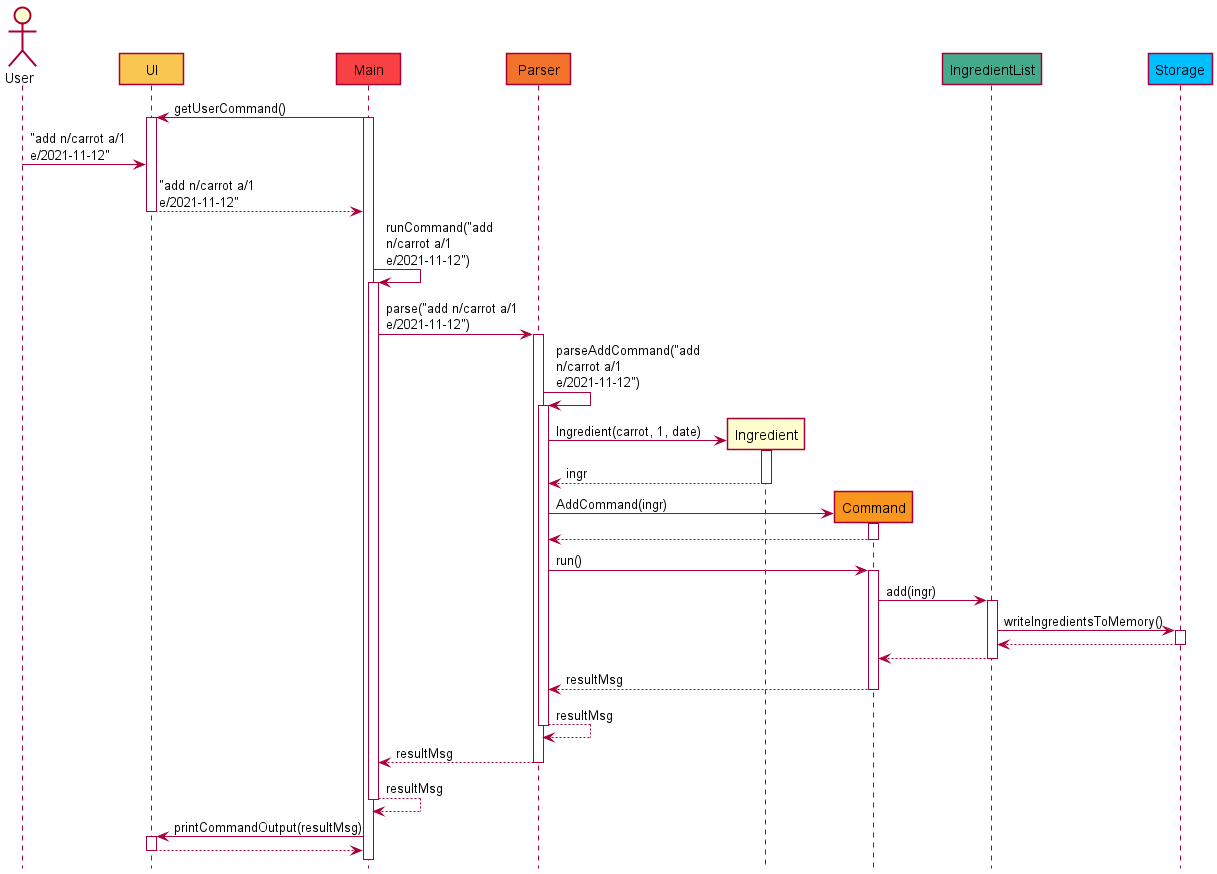
The PlantUML diagram docs/images/InteractionSeqDiagram.png in nus-cs2113-AY2122S1/tp, before a commit. Source of this version:
```plantuml
@startuml
!include style.puml

skinparam maxMessageSize 150
actor User as U
participant UI UI_COLOUR
participant Main as M MAIN_COLOUR
participant Parser as P PARSER_COLOUR
participant Ingredient as I
participant Command as C COMMAND_COLOUR
participant IngredientList as IL INGREDIENTLIST_COLOUR
participant Storage as S STORAGE_COLOUR

M -> UI: getUserCommand()
activate M
activate UI
U -> UI: "add n/carrot a/1 e/2021-11-12"
UI --> M: "add n/carrot a/1 e/2021-11-12"
deactivate UI
M -> M: runCommand("add n/carrot a/1 e/2021-11-12")
activate M
M -> P: parse("add n/carrot a/1 e/2021-11-12")
activate P
P -> P: parseAddCommand("add n/carrot a/1 e/2021-11-12")
activate P
P -> I **: Ingredient(carrot, 1, date)
activate I
return ingr
P -> C **: AddCommand(ingr)
activate C
return
P -> C: run()
activate C
C -> IL: add(ingr)
activate IL
IL -> S: writeIngredientsToMemory()
activate S
return
return
return resultMsg
return resultMsg
return resultMsg
return resultMsg
M -> UI: printCommandOutput(resultMsg)
activate UI
UI --> M
deactivate UI
@enduml
```
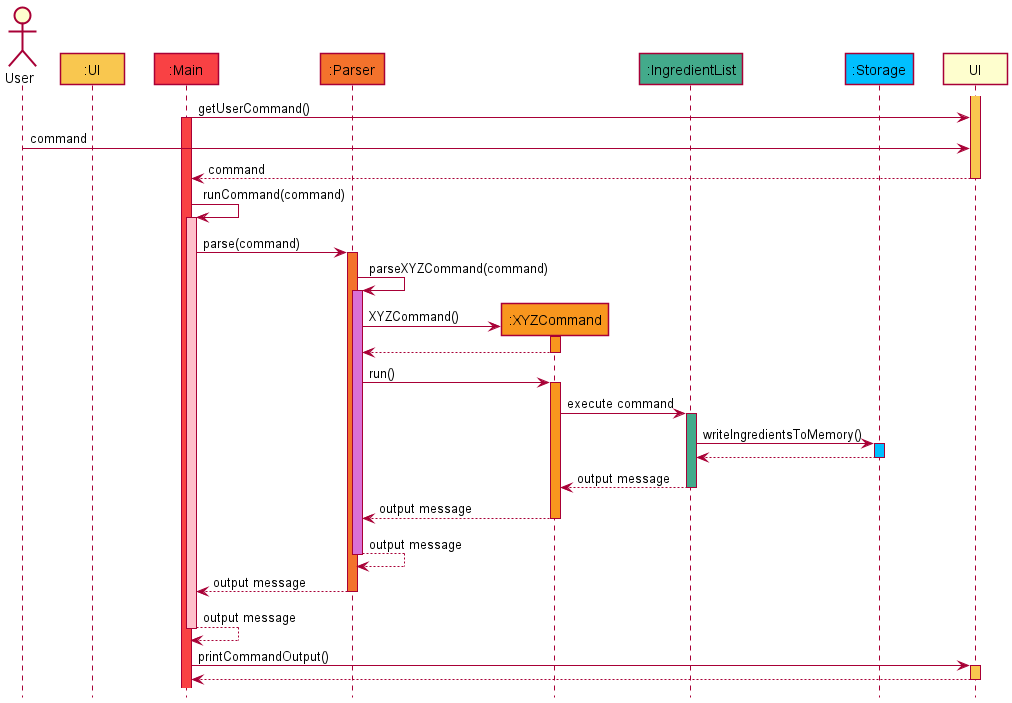
Above is the later version.

Commit message:
update interaction sequence diagram

The edit, as a diff of the source:
```diff
@@ -3,46 +3,69 @@
 
 skinparam maxMessageSize 150
 actor User as U
-participant UI UI_COLOUR
-participant Main as M MAIN_COLOUR
-participant Parser as P PARSER_COLOUR
-participant Ingredient as I
-participant Command as C COMMAND_COLOUR
-participant IngredientList as IL INGREDIENTLIST_COLOUR
-participant Storage as S STORAGE_COLOUR
+participant ":UI" UI_COLOUR
+participant ":Main" as M MAIN_COLOUR
+participant ":Parser" as P PARSER_COLOUR
+participant ":XYZCommand" as C COMMAND_COLOUR
+participant ":IngredientList" as IL INGREDIENTLIST_COLOUR
+participant ":Storage" as S STORAGE_COLOUR
+
+activate UI UI_COLOUR
 
 M -> UI: getUserCommand()
-activate M
-activate UI
-U -> UI: "add n/carrot a/1 e/2021-11-12"
-UI --> M: "add n/carrot a/1 e/2021-11-12"
+activate M MAIN_COLOUR
+
+U -> UI: command
+
+UI --> M: command
 deactivate UI
-M -> M: runCommand("add n/carrot a/1 e/2021-11-12")
-activate M
-M -> P: parse("add n/carrot a/1 e/2021-11-12")
-activate P
-P -> P: parseAddCommand("add n/carrot a/1 e/2021-11-12")
-activate P
-P -> I **: Ingredient(carrot, 1, date)
-activate I
-return ingr
-P -> C **: AddCommand(ingr)
-activate C
-return
+
+M -> M: runCommand(command)
+activate M #pink
+
+M -> P: parse(command)
+activate P PARSER_COLOUR
+
+P -> P: parseXYZCommand(command)
+activate P PARSER_COLOUR_S1
+
+P -> C **: XYZCommand()
+activate C COMMAND_COLOUR
+
+C --> P
+deactivate C
+
 P -> C: run()
-activate C
-C -> IL: add(ingr)
-activate IL
+activate C COMMAND_COLOUR
+
+C -> IL: execute command
+activate IL INGREDIENTLIST_COLOUR
+
 IL -> S: writeIngredientsToMemory()
-activate S
-return
-return
-return resultMsg
-return resultMsg
-return resultMsg
-return resultMsg
-M -> UI: printCommandOutput(resultMsg)
-activate UI
+activate S STORAGE_COLOUR
+
+S --> IL
+deactivate S
+
+IL --> C : output message
+deactivate IL
+
+C --> P : output message
+deactivate C
+
+P --> P : output message
+deactivate P
+
+P --> M: output message
+deactivate P
+
+M --> M: output message
+deactivate M
+
+M -> UI : printCommandOutput()
+activate UI UI_COLOUR
+
 UI --> M
 deactivate UI
+
 @enduml
```
